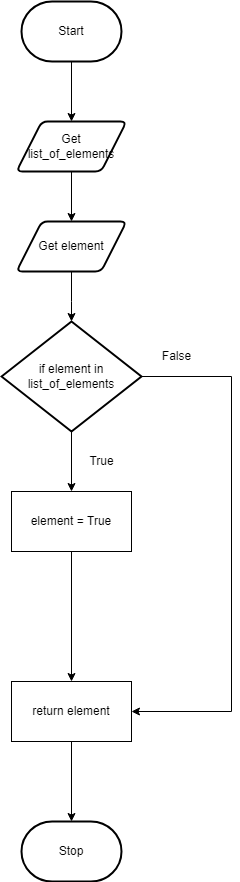
michael-clermont1/ICS3U-Assignment-7-Python keeps this draw.io diagram as flowchart.png. Above is the earlier version. Source tidied: cells renumbered, new cells last; positions are measured from the earlier drawing's top-left corner, leaving out a move shared by most shapes. Source of this version:
```xml
<mxGraphModel>
  <root>
    <mxCell id="0" />
    <mxCell id="1" parent="0" />
    <mxCell id="2" style="edgeStyle=orthogonalEdgeStyle;html=1;rounded=0;" parent="1" edge="1" source="3" target="10">
      <mxGeometry relative="1" as="geometry" />
    </mxCell>
    <mxCell id="3" value="Get list_of_elements" style="shape=parallelogram;html=1;strokeWidth=2;perimeter=parallelogramPerimeter;whiteSpace=wrap;rounded=1;arcSize=12;size=0.23;" parent="1" vertex="1">
      <mxGeometry x="15" y="120" width="110" height="50" as="geometry" />
    </mxCell>
    <mxCell id="4" style="edgeStyle=orthogonalEdgeStyle;rounded=0;html=1;entryX=0.5;entryY=0;entryDx=0;entryDy=0;" parent="1" edge="1" source="5" target="3">
      <mxGeometry relative="1" as="geometry" />
    </mxCell>
    <mxCell id="5" value="Start" style="strokeWidth=2;html=1;shape=mxgraph.flowchart.terminator;whiteSpace=wrap;" parent="1" vertex="1">
      <mxGeometry x="20" width="100" height="60" as="geometry" />
    </mxCell>
    <mxCell id="6" value="Stop" style="strokeWidth=2;html=1;shape=mxgraph.flowchart.terminator;whiteSpace=wrap;" parent="1" vertex="1">
      <mxGeometry x="20" y="820" width="100" height="60" as="geometry" />
    </mxCell>
    <mxCell id="7" value="False" style="text;html=1;align=center;verticalAlign=middle;fillColor=none;strokeColor=none;rounded=0;" parent="1" vertex="1">
      <mxGeometry x="150" y="345" width="50" height="20" as="geometry" />
    </mxCell>
    <mxCell id="8" value="True" style="text;html=1;align=center;verticalAlign=middle;fillColor=none;strokeColor=none;rounded=0;" parent="1" vertex="1">
      <mxGeometry x="80" y="450" width="40" height="20" as="geometry" />
    </mxCell>
    <mxCell id="9" style="edgeStyle=orthogonalEdgeStyle;rounded=0;html=1;" parent="1" edge="1" source="10" target="13">
      <mxGeometry relative="1" as="geometry">
        <Array as="points">
          <mxPoint x="70" y="300" />
          <mxPoint x="70" y="300" />
        </Array>
      </mxGeometry>
    </mxCell>
    <mxCell id="10" value="Get element" style="shape=parallelogram;html=1;strokeWidth=2;perimeter=parallelogramPerimeter;whiteSpace=wrap;rounded=1;arcSize=12;size=0.23;" parent="1" vertex="1">
      <mxGeometry x="15" y="220" width="110" height="50" as="geometry" />
    </mxCell>
    <mxCell id="11" style="edgeStyle=orthogonalEdgeStyle;rounded=0;html=1;entryX=0.5;entryY=0;entryDx=0;entryDy=0;" parent="1" edge="1" source="13" target="15">
      <mxGeometry relative="1" as="geometry" />
    </mxCell>
    <mxCell id="12" style="edgeStyle=orthogonalEdgeStyle;rounded=0;html=1;entryX=1;entryY=0.5;entryDx=0;entryDy=0;" parent="1" edge="1" source="13" target="17">
      <mxGeometry relative="1" as="geometry">
        <Array as="points">
          <mxPoint x="230" y="375" />
          <mxPoint x="230" y="710" />
        </Array>
      </mxGeometry>
    </mxCell>
    <mxCell id="13" value="if element in list_of_elements" style="strokeWidth=2;html=1;shape=mxgraph.flowchart.decision;whiteSpace=wrap;" parent="1" vertex="1">
      <mxGeometry y="320" width="140" height="110" as="geometry" />
    </mxCell>
    <mxCell id="14" style="edgeStyle=orthogonalEdgeStyle;rounded=0;html=1;entryX=0.5;entryY=0;entryDx=0;entryDy=0;" parent="1" edge="1" source="15" target="17">
      <mxGeometry relative="1" as="geometry" />
    </mxCell>
    <mxCell id="15" value="element = True" style="rounded=0;whiteSpace=wrap;html=1;" parent="1" vertex="1">
      <mxGeometry x="10" y="490" width="120" height="60" as="geometry" />
    </mxCell>
    <mxCell id="16" style="edgeStyle=orthogonalEdgeStyle;rounded=0;html=1;entryX=0.5;entryY=0;entryDx=0;entryDy=0;entryPerimeter=0;" parent="1" edge="1" source="17" target="6">
      <mxGeometry relative="1" as="geometry" />
    </mxCell>
    <mxCell id="17" value="return element" style="rounded=0;whiteSpace=wrap;html=1;" parent="1" vertex="1">
      <mxGeometry x="10" y="680" width="120" height="60" as="geometry" />
    </mxCell>
  </root>
</mxGraphModel>
```
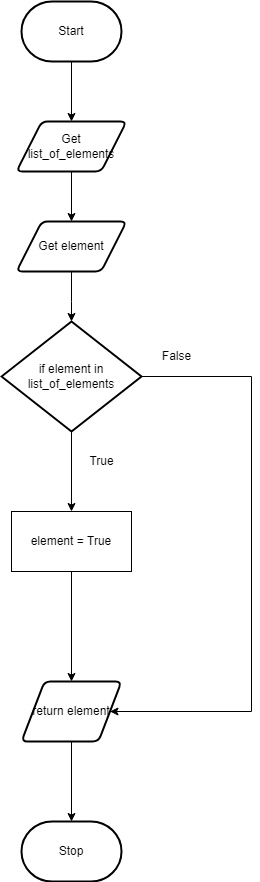
After the change.

Change to the diagram source:
```diff
@@ -40,25 +40,27 @@
     <mxCell id="12" style="edgeStyle=orthogonalEdgeStyle;rounded=0;html=1;entryX=1;entryY=0.5;entryDx=0;entryDy=0;" parent="1" edge="1" source="13" target="17">
       <mxGeometry relative="1" as="geometry">
         <Array as="points">
-          <mxPoint x="230" y="375" />
-          <mxPoint x="230" y="710" />
+          <mxPoint x="250" y="375" />
+          <mxPoint x="250" y="710" />
         </Array>
       </mxGeometry>
     </mxCell>
     <mxCell id="13" value="if element in list_of_elements" style="strokeWidth=2;html=1;shape=mxgraph.flowchart.decision;whiteSpace=wrap;" parent="1" vertex="1">
       <mxGeometry y="320" width="140" height="110" as="geometry" />
     </mxCell>
-    <mxCell id="14" style="edgeStyle=orthogonalEdgeStyle;rounded=0;html=1;entryX=0.5;entryY=0;entryDx=0;entryDy=0;" parent="1" edge="1" source="15" target="17">
+    <mxCell id="14" style="edgeStyle=none;html=1;entryX=0.5;entryY=0;entryDx=0;entryDy=0;" parent="1" edge="1" source="15" target="17">
       <mxGeometry relative="1" as="geometry" />
     </mxCell>
     <mxCell id="15" value="element = True" style="rounded=0;whiteSpace=wrap;html=1;" parent="1" vertex="1">
-      <mxGeometry x="10" y="490" width="120" height="60" as="geometry" />
+      <mxGeometry x="10" y="510" width="120" height="60" as="geometry" />
     </mxCell>
-    <mxCell id="16" style="edgeStyle=orthogonalEdgeStyle;rounded=0;html=1;entryX=0.5;entryY=0;entryDx=0;entryDy=0;entryPerimeter=0;" parent="1" edge="1" source="17" target="6">
-      <mxGeometry relative="1" as="geometry" />
+    <mxCell id="16" style="edgeStyle=orthogonalEdgeStyle;rounded=0;html=1;entryX=0.5;entryY=0;entryDx=0;entryDy=0;entryPerimeter=0;" parent="1" edge="1" target="6">
+      <mxGeometry relative="1" as="geometry">
+        <mxPoint x="70" y="740" as="sourcePoint" />
+      </mxGeometry>
     </mxCell>
-    <mxCell id="17" value="return element" style="rounded=0;whiteSpace=wrap;html=1;" parent="1" vertex="1">
-      <mxGeometry x="10" y="680" width="120" height="60" as="geometry" />
+    <mxCell id="17" value="return element" style="shape=parallelogram;html=1;strokeWidth=2;perimeter=parallelogramPerimeter;whiteSpace=wrap;rounded=1;arcSize=12;size=0.23;" parent="1" vertex="1">
+      <mxGeometry x="20" y="680" width="100" height="60" as="geometry" />
     </mxCell>
   </root>
 </mxGraphModel>
```
